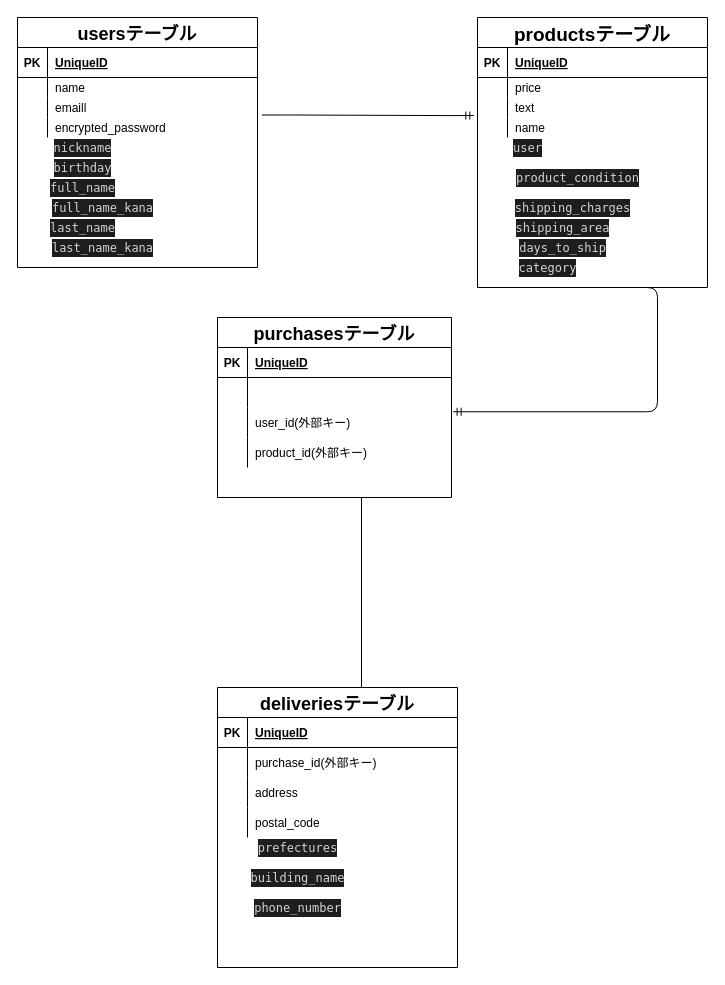
nanami-deep/furima-34361 keeps this draw.io diagram as test.dio. Above is the earlier version. Source tidied: cells renumbered, new cells numbered last; positions are measured from the earlier drawing's top-left corner, leaving out a move shared by most shapes. Both pictures are drawn from the tidied source at 100%, with x=0, y=0 at pixel (17, 17).
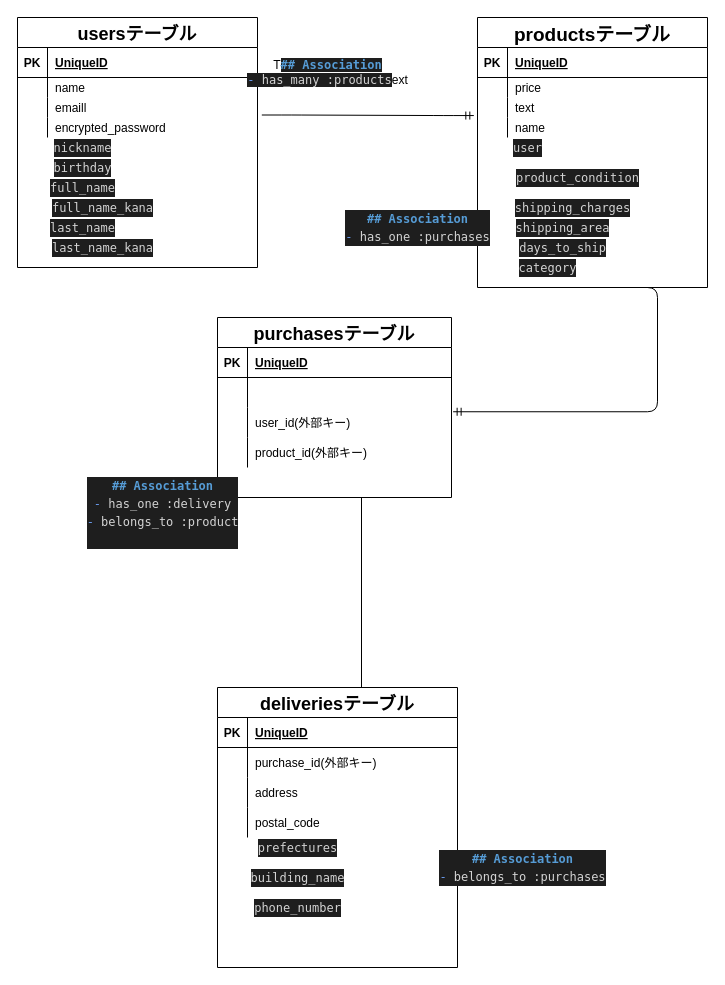
After the change.

Commit message (it also covers changes not shown here):
データベース設計修正　コード

Change to the diagram source:
```diff
@@
+    <mxCell id="73" value="T&lt;span style=&quot;color: rgb(86 , 156 , 214) ; font-weight: bold ; background-color: rgb(30 , 30 , 30) ; font-family: &amp;#34;menlo&amp;#34; , &amp;#34;monaco&amp;#34; , &amp;#34;courier new&amp;#34; , monospace&quot;&gt;## Association&lt;br&gt;&lt;/span&gt;&lt;span style=&quot;background-color: rgb(30 , 30 , 30) ; font-family: &amp;#34;menlo&amp;#34; , &amp;#34;monaco&amp;#34; , &amp;#34;courier new&amp;#34; , monospace ; color: rgb(103 , 150 , 230)&quot;&gt;-&lt;/span&gt;&lt;span style=&quot;background-color: rgb(30 , 30 , 30) ; color: rgb(212 , 212 , 212) ; font-family: &amp;#34;menlo&amp;#34; , &amp;#34;monaco&amp;#34; , &amp;#34;courier new&amp;#34; , monospace&quot;&gt; has_many :products&lt;/span&gt;ext" style="text;html=1;align=center;verticalAlign=middle;" parent="1" vertex="1">
+      <mxGeometry x="220" y="40" width="180" height="30" as="geometry" />
+    </mxCell>
+    <mxCell id="74" value="&lt;div style=&quot;color: rgb(212 , 212 , 212) ; background-color: rgb(30 , 30 , 30) ; font-family: &amp;#34;menlo&amp;#34; , &amp;#34;monaco&amp;#34; , &amp;#34;courier new&amp;#34; , monospace ; line-height: 18px&quot;&gt;&lt;div&gt;&lt;span style=&quot;color: #569cd6 ; font-weight: bold&quot;&gt;## Association&lt;/span&gt;&lt;/div&gt;&lt;div&gt;&lt;span style=&quot;color: #6796e6&quot;&gt;-&lt;/span&gt; has_one :purchases&lt;/div&gt;&lt;/div&gt;" style="text;html=1;align=center;verticalAlign=middle;" parent="1" vertex="1">
+      <mxGeometry x="320" y="190" width="160" height="40" as="geometry" />
+    </mxCell>
+    <mxCell id="75" value="&lt;div style=&quot;color: rgb(212 , 212 , 212) ; background-color: rgb(30 , 30 , 30) ; font-family: &amp;#34;menlo&amp;#34; , &amp;#34;monaco&amp;#34; , &amp;#34;courier new&amp;#34; , monospace ; line-height: 18px&quot;&gt;&lt;div&gt;&lt;span style=&quot;color: #569cd6 ; font-weight: bold&quot;&gt;## Association&lt;/span&gt;&lt;/div&gt;&lt;div&gt;&lt;span style=&quot;color: #6796e6&quot;&gt;-&lt;/span&gt; has_one :delivery&lt;/div&gt;&lt;div&gt;&lt;span style=&quot;color: #6796e6&quot;&gt;-&lt;/span&gt; belongs_to :product&lt;/div&gt;&lt;br&gt;&lt;/div&gt;" style="text;html=1;align=center;verticalAlign=middle;" parent="1" vertex="1">
+      <mxGeometry x="60" y="460" width="170" height="70" as="geometry" />
+    </mxCell>
+    <mxCell id="76" value="&lt;div style=&quot;color: rgb(212 , 212 , 212) ; background-color: rgb(30 , 30 , 30) ; font-family: &amp;#34;menlo&amp;#34; , &amp;#34;monaco&amp;#34; , &amp;#34;courier new&amp;#34; , monospace ; line-height: 18px&quot;&gt;&lt;div&gt;&lt;span style=&quot;color: #569cd6 ; font-weight: bold&quot;&gt;## Association&lt;/span&gt;&lt;/div&gt;&lt;div&gt;&lt;span style=&quot;color: #6796e6&quot;&gt;-&lt;/span&gt; belongs_to :purchases&lt;/div&gt;&lt;/div&gt;" style="text;html=1;align=center;verticalAlign=middle;" parent="1" vertex="1">
+      <mxGeometry x="415" y="830" width="180" height="40" as="geometry" />
+    </mxCell>
```
